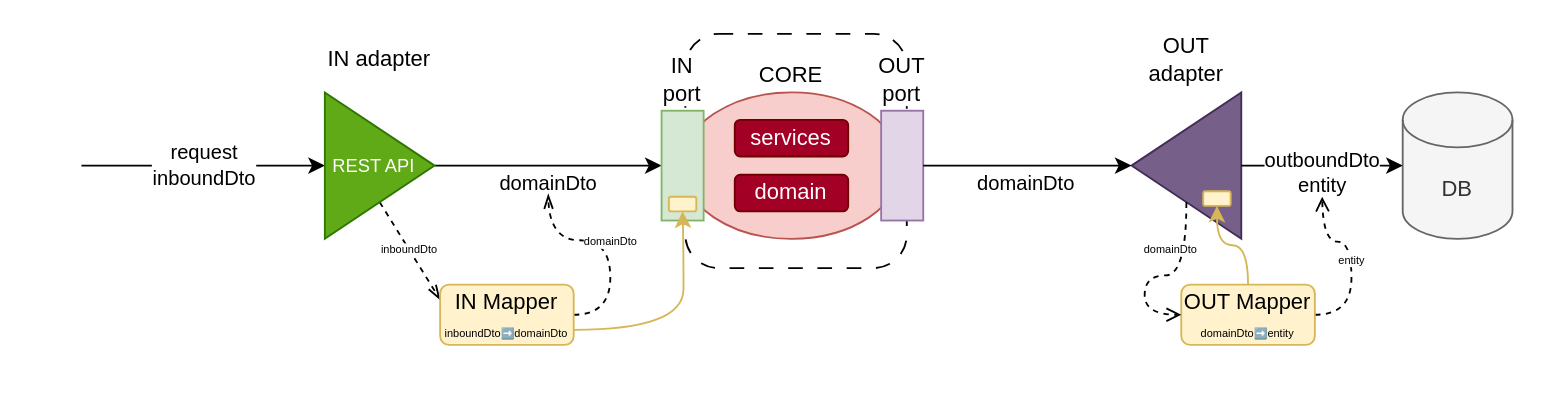
The draw.io diagram diagrams/hexagonal.drawio in PreCyz/hexagonal, before the edit. Source tidied: cells renumbered, new cells numbered last; positions are measured from the earlier drawing's top-left corner, leaving out a move shared by most shapes. Both pictures are drawn from the tidied source at 183%, with x=0, y=0 at pixel (81, 33).
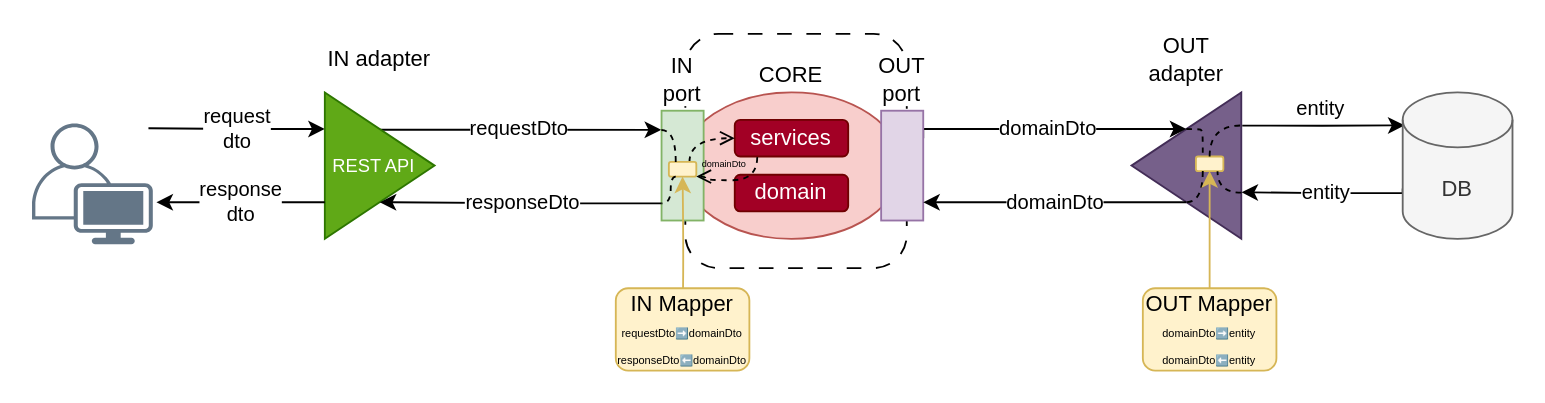
The same page after the edit.

The change refers to these unchanged cells:
```xml
<mxCell id="6" value="REST API" style="triangle;whiteSpace=wrap;html=1;fillColor=#60a917;strokeColor=#2D7600;verticalAlign=middle;labelPosition=center;verticalLabelPosition=middle;align=center;fontColor=#FFFFFF;fontSize=10;spacingLeft=-6;" parent="1" vertex="1">
  <mxGeometry x="133" y="32" width="60" height="80" as="geometry" />
</mxCell>
<mxCell id="8" value="IN port" style="rounded=0;whiteSpace=wrap;html=1;verticalAlign=bottom;labelPosition=center;verticalLabelPosition=top;align=center;fillColor=#d5e8d4;strokeColor=#82b366;labelBackgroundColor=default;" parent="1" vertex="1">
  <mxGeometry x="317" y="42" width="23" height="60" as="geometry" />
</mxCell>
<mxCell id="10" style="group;" parent="1" vertex="1">
  <mxGeometry x="573.8" y="4" width="60" height="108" as="geometry" />
</mxCell>
<mxCell id="11" style="verticalLabelPosition=bottom;verticalAlign=top;html=1;shape=mxgraph.basic.acute_triangle;dx=0.5;rotation=270;horizontal=1;fillColor=#76608a;strokeColor=#432D57;fontColor=#ffffff;" parent="10" vertex="1">
  <mxGeometry x="-10" y="38" width="80" height="60" as="geometry" />
</mxCell>
<mxCell id="15" value="services" style="rounded=1;whiteSpace=wrap;html=1;fillColor=#a20025;fontColor=#ffffff;strokeColor=#6F0000;" parent="1" vertex="1">
  <mxGeometry x="357" y="47" width="62" height="20" as="geometry" />
</mxCell>
```

What changed in the source:
```diff
@@
-    <mxCell id="3" value="request&lt;div&gt;inboundDto&lt;/div&gt;" style="edgeStyle=orthogonalEdgeStyle;rounded=0;jettySize=auto;html=1;endArrow=none;endFill=0;startArrow=classic;startFill=1;" parent="1" edge="1" source="6">
-      <mxGeometry relative="1" as="geometry">
-        <mxPoint y="72" as="targetPoint" />
-      </mxGeometry>
+    <mxCell id="3" value="request&lt;div&gt;dto&lt;/div&gt;" style="edgeStyle=orthogonalEdgeStyle;rounded=0;jettySize=auto;html=1;endArrow=none;endFill=0;startArrow=classic;startFill=1;exitX=0;exitY=0.25;exitDx=0;exitDy=0;entryX=0.964;entryY=0.039;entryDx=0;entryDy=0;entryPerimeter=0;" parent="1" edge="1" source="6" target="32">
+      <mxGeometry relative="1" as="geometry" />
     </mxCell>
-    <mxCell id="4" value="domainDto" style="edgeStyle=orthogonalEdgeStyle;rounded=0;jettySize=auto;html=1;entryX=0;entryY=0.5;entryDx=0;entryDy=0;" parent="1" edge="1" source="6" target="8">
-      <mxGeometry y="-10" relative="1" as="geometry" />
+    <mxCell id="4" value="requestDto" style="edgeStyle=orthogonalEdgeStyle;rounded=0;jettySize=auto;html=1;entryX=-0.009;entryY=0.174;entryDx=0;entryDy=0;exitX=0.5;exitY=0;exitDx=0;exitDy=0;entryPerimeter=0;" parent="1" edge="1" source="6" target="8">
+      <mxGeometry x="-0.01" relative="1" as="geometry">
+        <Array as="points">
+          <mxPoint x="317" y="52" />
+        </Array>
+      </mxGeometry>
     </mxCell>
-    <mxCell id="5" value="inboundDto" style="rounded=0;jettySize=auto;html=1;exitX=0.5;exitY=1;exitDx=0;exitDy=0;entryX=0;entryY=0.25;entryDx=0;entryDy=0;dashed=1;endArrow=openThin;endFill=0;fontSize=6;" parent="1" edge="1" source="6" target="21">
-      <mxGeometry relative="1" as="geometry" />
-    </mxCell>
@@
-    <mxCell id="9" value="OUT port" style="rounded=0;whiteSpace=wrap;html=1;verticalAlign=bottom;labelPosition=center;verticalLabelPosition=top;align=center;fillColor=#e1d5e7;strokeColor=#9673a6;labelBackgroundColor=default;" parent="1" vertex="1">
-      <mxGeometry x="437" y="42" width="23" height="60" as="geometry" />
-    </mxCell>
@@
     <mxCell id="13" style="rounded=1;whiteSpace=wrap;html=1;fillColor=#fff2cc;strokeColor=#d6b656;" parent="10" vertex="1">
-      <mxGeometry x="39.2" y="82" width="15" height="8" as="geometry" />
+      <mxGeometry x="35.2" y="63" width="15" height="8" as="geometry" />
     </mxCell>
+    <mxCell id="26" style="edgeStyle=orthogonalEdgeStyle;curved=1;rounded=0;jettySize=auto;html=1;exitX=0;exitY=0;exitDx=60;exitDy=30;exitPerimeter=0;entryX=0.25;entryY=0;entryDx=0;entryDy=0;dashed=1;endArrow=none;endFill=0;fontSize=6;" parent="10" edge="1" source="11" target="13">
+      <mxGeometry x="0.13" y="-4" relative="1" as="geometry">
+        <Array as="points">
+          <mxPoint x="38" y="48" />
+          <mxPoint x="39" y="49" />
+        </Array>
+      </mxGeometry>
+    </mxCell>
+    <mxCell id="28" style="edgeStyle=orthogonalEdgeStyle;rounded=0;jettySize=auto;html=1;exitX=0.5;exitY=0;exitDx=0;exitDy=0;entryX=0.774;entryY=1.002;entryDx=0;entryDy=0;entryPerimeter=0;curved=1;dashed=1;endArrow=none;endFill=0;" parent="10" edge="1" source="13" target="11">
+      <mxGeometry relative="1" as="geometry">
+        <Array as="points">
+          <mxPoint x="43" y="46" />
+          <mxPoint x="60" y="46" />
+        </Array>
+      </mxGeometry>
+    </mxCell>
+    <mxCell id="29" style="edgeStyle=orthogonalEdgeStyle;rounded=0;jettySize=auto;html=1;exitX=0.315;exitY=1.001;exitDx=0;exitDy=0;exitPerimeter=0;entryX=0.788;entryY=1.003;entryDx=0;entryDy=0;curved=1;dashed=1;endArrow=none;endFill=0;entryPerimeter=0;" parent="10" edge="1" source="11" target="13">
+      <mxGeometry relative="1" as="geometry">
+        <Array as="points">
+          <mxPoint x="47" y="83" />
+        </Array>
+      </mxGeometry>
+    </mxCell>
+    <mxCell id="30" style="edgeStyle=orthogonalEdgeStyle;rounded=0;jettySize=auto;html=1;exitX=0.25;exitY=1;exitDx=0;exitDy=0;entryX=0;entryY=0;entryDx=20;entryDy=30;entryPerimeter=0;endArrow=none;endFill=0;dashed=1;curved=1;" parent="10" edge="1" source="13" target="11">
+      <mxGeometry relative="1" as="geometry">
+        <Array as="points">
+          <mxPoint x="39" y="88" />
+        </Array>
+      </mxGeometry>
+    </mxCell>
-    <mxCell id="14" value="domainDto" style="edgeStyle=orthogonalEdgeStyle;rounded=0;jettySize=auto;html=1;entryX=0;entryY=0;entryDx=40;entryDy=0;entryPerimeter=0;" parent="1" edge="1" source="9" target="11">
-      <mxGeometry x="-0.02" y="-10" relative="1" as="geometry" />
+    <mxCell id="14" value="domainDto" style="edgeStyle=orthogonalEdgeStyle;rounded=0;jettySize=auto;html=1;entryX=0;entryY=0;entryDx=60;entryDy=30;entryPerimeter=0;exitX=1;exitY=0.25;exitDx=0;exitDy=0;" parent="1" edge="1" source="9" target="11">
+      <mxGeometry x="-0.02" relative="1" as="geometry">
+        <Array as="points">
+          <mxPoint x="460" y="52" />
+        </Array>
+      </mxGeometry>
     </mxCell>
@@
-    <mxCell id="17" value="DB" style="shape=cylinder3;whiteSpace=wrap;html=1;boundedLbl=1;backgroundOutline=1;size=15;fillColor=#f5f5f5;fontColor=#333333;strokeColor=#666666;" parent="1" vertex="1">
-      <mxGeometry x="722" y="32" width="60" height="80" as="geometry" />
-    </mxCell>
-    <mxCell id="18" value="&lt;div&gt;outboundDto&lt;/div&gt;entity" style="edgeStyle=orthogonalEdgeStyle;rounded=0;jettySize=auto;html=1;entryX=0;entryY=0.5;entryDx=0;entryDy=0;entryPerimeter=0;" parent="1" edge="1" source="11" target="17">
-      <mxGeometry y="-4" relative="1" as="geometry" />
+    <mxCell id="18" value="&lt;div&gt;&lt;span style=&quot;background-color: light-dark(#ffffff, var(--ge-dark-color, #121212)); color: light-dark(rgb(0, 0, 0), rgb(255, 255, 255));&quot;&gt;entity&lt;/span&gt;&lt;/div&gt;" style="edgeStyle=orthogonalEdgeStyle;rounded=0;jettySize=auto;html=1;exitX=0.773;exitY=1.009;exitDx=0;exitDy=0;exitPerimeter=0;" parent="1" edge="1" source="11">
+      <mxGeometry x="-0.02" y="9" relative="1" as="geometry">
+        <mxPoint x="723" y="50" as="targetPoint" />
+        <Array as="points">
+          <mxPoint x="678" y="50" />
+          <mxPoint x="722" y="50" />
+        </Array>
+      </mxGeometry>
     </mxCell>
-    <mxCell id="19" style="edgeStyle=orthogonalEdgeStyle;curved=1;rounded=0;jettySize=auto;html=1;entryX=0.5;entryY=1;entryDx=0;entryDy=0;fillColor=#fff2cc;strokeColor=#d6b656;exitX=1;exitY=0.75;exitDx=0;exitDy=0;" parent="1" edge="1" source="21" target="25">
+    <mxCell id="19" style="edgeStyle=orthogonalEdgeStyle;curved=1;rounded=0;jettySize=auto;html=1;entryX=0.5;entryY=1;entryDx=0;entryDy=0;fillColor=#fff2cc;strokeColor=#d6b656;exitX=0.5;exitY=0;exitDx=0;exitDy=0;" parent="1" edge="1" source="21" target="25">
       <mxGeometry relative="1" as="geometry">
         <Array as="points">
+          <mxPoint x="329" y="162" />
           <mxPoint x="329" y="162" />
           <mxPoint x="329" y="117" />
           <mxPoint x="329" y="117" />
         </Array>
       </mxGeometry>
     </mxCell>
-    <mxCell id="20" value="domainDto" style="edgeStyle=orthogonalEdgeStyle;curved=1;rounded=0;jettySize=auto;html=1;exitX=1;exitY=0.5;exitDx=0;exitDy=0;endArrow=openThin;endFill=0;dashed=1;fontSize=6;" parent="1" edge="1" source="21">
-      <mxGeometry relative="1" as="geometry">
-        <mxPoint x="255.1" y="87.6" as="targetPoint" />
-      </mxGeometry>
-    </mxCell>
-    <mxCell id="21" value="IN Mapper&lt;br&gt;&lt;span style=&quot;font-size: 6px; background-color: transparent; color: light-dark(rgb(0, 0, 0), rgb(255, 255, 255));&quot;&gt;inboundDto➡️domainDto&lt;/span&gt;" style="rounded=1;whiteSpace=wrap;html=1;fillColor=#fff2cc;strokeColor=#d6b656;" parent="1" vertex="1">
-      <mxGeometry x="196" y="137" width="73" height="33" as="geometry" />
+    <mxCell id="21" value="IN Mapper&lt;br&gt;&lt;span style=&quot;font-size: 6px; background-color: transparent; color: light-dark(rgb(0, 0, 0), rgb(255, 255, 255));&quot;&gt;requestDto➡️domainDto&lt;/span&gt;&lt;div&gt;&lt;span style=&quot;font-size: 6px;&quot;&gt;responseDto⬅️domainDto&lt;/span&gt;&lt;span style=&quot;font-size: 6px; background-color: transparent; color: light-dark(rgb(0, 0, 0), rgb(255, 255, 255));&quot;&gt;&lt;/span&gt;&lt;/div&gt;" style="rounded=1;whiteSpace=wrap;html=1;fillColor=#fff2cc;strokeColor=#d6b656;" parent="1" vertex="1">
+      <mxGeometry x="292" y="139" width="73" height="45" as="geometry" />
     </mxCell>
@@
+    <mxCell id="24" value="OUT Mapper&lt;div&gt;&lt;span style=&quot;font-size: 6px;&quot;&gt;domainDto➡️entity&lt;br&gt;&lt;/span&gt;&lt;span style=&quot;font-size: 6px;&quot;&gt;domainDto⬅️entity&lt;/span&gt;&lt;span style=&quot;font-size: 6px;&quot;&gt;&lt;/span&gt;&lt;/div&gt;" style="rounded=1;whiteSpace=wrap;html=1;fillColor=#fff2cc;strokeColor=#d6b656;" parent="1" vertex="1">
+      <mxGeometry x="580" y="139" width="73" height="45" as="geometry" />
+    </mxCell>
+    <mxCell id="31" value="domainDto" style="edgeStyle=orthogonalEdgeStyle;rounded=0;jettySize=auto;html=1;exitX=0.75;exitY=0;exitDx=0;exitDy=0;entryX=0;entryY=0.5;entryDx=0;entryDy=0;curved=1;dashed=1;endArrow=open;endFill=0;fontSize=5;labelBackgroundColor=none;" parent="1" edge="1" source="25" target="15">
+      <mxGeometry x="0.68" y="-13" relative="1" as="geometry">
+        <Array as="points">
+          <mxPoint x="332" y="57" />
+        </Array>
+      </mxGeometry>
+    </mxCell>
+    <mxCell id="25" style="rounded=1;whiteSpace=wrap;html=1;fillColor=#fff2cc;strokeColor=#d6b656;" parent="1" vertex="1">
+      <mxGeometry x="321" y="70" width="15" height="8" as="geometry" />
+    </mxCell>
+    <mxCell id="27" value="IN adapter" style="text;html=1;whiteSpace=wrap;strokeColor=none;fillColor=none;align=center;verticalAlign=middle;rounded=0;" parent="1" vertex="1">
+      <mxGeometry x="133" y="4" width="60" height="19" as="geometry" />
+    </mxCell>
+    <mxCell id="32" style="points=[[0.35,0,0],[0.98,0.51,0],[1,0.71,0],[0.67,1,0],[0,0.795,0],[0,0.65,0]];verticalLabelPosition=bottom;sketch=0;html=1;verticalAlign=top;align=center;shape=mxgraph.cisco19.user;fillColor=#647687;strokeColor=#314354;fontColor=#ffffff;" parent="1" vertex="1">
+      <mxGeometry x="-27" y="49" width="66" height="66" as="geometry" />
+    </mxCell>
+    <mxCell id="33" value="response&lt;div&gt;dto&lt;/div&gt;" style="edgeStyle=orthogonalEdgeStyle;rounded=0;jettySize=auto;html=1;exitX=0;exitY=0.75;exitDx=0;exitDy=0;entryX=1.03;entryY=0.652;entryDx=0;entryDy=0;entryPerimeter=0;" parent="1" edge="1" source="6" target="32">
+      <mxGeometry relative="1" as="geometry" />
+    </mxCell>
+    <mxCell id="34" style="edgeStyle=orthogonalEdgeStyle;rounded=0;jettySize=auto;html=1;exitX=0.198;exitY=1.018;exitDx=0;exitDy=0;curved=1;dashed=1;endArrow=open;endFill=0;exitPerimeter=0;entryX=1;entryY=1;entryDx=0;entryDy=0;" parent="1" edge="1" source="15" target="25">
+      <mxGeometry relative="1" as="geometry">
+        <Array as="points">
+          <mxPoint x="369" y="80" />
+          <mxPoint x="341" y="80" />
+          <mxPoint x="341" y="78" />
+        </Array>
+      </mxGeometry>
+    </mxCell>
+    <mxCell id="35" value="responseDto" style="edgeStyle=orthogonalEdgeStyle;rounded=0;jettySize=auto;html=1;exitX=-0.002;exitY=0.844;exitDx=0;exitDy=0;entryX=0.5;entryY=1;entryDx=0;entryDy=0;exitPerimeter=0;" parent="1" edge="1" source="8" target="6">
+      <mxGeometry relative="1" as="geometry" />
+    </mxCell>
+    <mxCell id="36" style="edgeStyle=orthogonalEdgeStyle;rounded=0;jettySize=auto;html=1;exitX=0.25;exitY=1;exitDx=0;exitDy=0;entryX=-0.002;entryY=0.844;entryDx=0;entryDy=0;entryPerimeter=0;endArrow=none;endFill=0;dashed=1;curved=1;" parent="1" edge="1" source="25" target="8">
+      <mxGeometry relative="1" as="geometry">
+        <Array as="points">
+          <mxPoint x="322" y="78" />
+          <mxPoint x="322" y="93" />
+        </Array>
+      </mxGeometry>
+    </mxCell>
+    <mxCell id="37" style="edgeStyle=orthogonalEdgeStyle;rounded=0;jettySize=auto;html=1;exitX=-0.004;exitY=0.176;exitDx=0;exitDy=0;entryX=0.25;entryY=0;entryDx=0;entryDy=0;dashed=1;endArrow=none;endFill=0;curved=1;exitPerimeter=0;" parent="1" edge="1" source="8" target="25">
+      <mxGeometry relative="1" as="geometry" />
+    </mxCell>
+    <mxCell id="9" value="OUT port" style="rounded=0;whiteSpace=wrap;html=1;verticalAlign=bottom;labelPosition=center;verticalLabelPosition=top;align=center;fillColor=#e1d5e7;strokeColor=#9673a6;labelBackgroundColor=default;" parent="1" vertex="1">
+      <mxGeometry x="437" y="42" width="23" height="60" as="geometry" />
+    </mxCell>
+    <mxCell id="38" value="domainDto" style="edgeStyle=orthogonalEdgeStyle;rounded=0;jettySize=auto;html=1;exitX=0;exitY=0;exitDx=20;exitDy=30;exitPerimeter=0;" parent="1" edge="1" source="11">
+      <mxGeometry relative="1" as="geometry">
+        <mxPoint x="460" y="92" as="targetPoint" />
+        <Array as="points">
+          <mxPoint x="460" y="92" />
+        </Array>
+      </mxGeometry>
+    </mxCell>
-    <mxCell id="23" value="entity" style="edgeStyle=orthogonalEdgeStyle;curved=1;rounded=0;jettySize=auto;html=1;dashed=1;endArrow=open;endFill=0;fontSize=6;" parent="1" edge="1" source="24">
+    <mxCell id="23" value="entity" style="edgeStyle=orthogonalEdgeStyle;rounded=0;jettySize=auto;html=1;exitX=0;exitY=0;exitDx=0;exitDy=52.5;exitPerimeter=0;entryX=0.318;entryY=1.002;entryDx=0;entryDy=0;entryPerimeter=0;" parent="1" edge="1" source="17" target="11">
       <mxGeometry relative="1" as="geometry">
-        <mxPoint x="678" y="89" as="targetPoint" />
+        <Array as="points">
+          <mxPoint x="722" y="87" />
+          <mxPoint x="678" y="87" />
+        </Array>
       </mxGeometry>
     </mxCell>
-    <mxCell id="24" value="OUT Mapper&lt;div&gt;&lt;span style=&quot;font-size: 6px;&quot;&gt;domainDto➡️entity&lt;/span&gt;&lt;/div&gt;" style="rounded=1;whiteSpace=wrap;html=1;fillColor=#fff2cc;strokeColor=#d6b656;" parent="1" vertex="1">
-      <mxGeometry x="601" y="137" width="73" height="33" as="geometry" />
-    </mxCell>
-    <mxCell id="25" style="rounded=1;whiteSpace=wrap;html=1;fillColor=#fff2cc;strokeColor=#d6b656;" parent="1" vertex="1">
-      <mxGeometry x="321" y="89" width="15" height="8" as="geometry" />
-    </mxCell>
-    <mxCell id="26" value="domainDto" style="edgeStyle=orthogonalEdgeStyle;curved=1;rounded=0;jettySize=auto;html=1;exitX=0;exitY=0;exitDx=20;exitDy=30;exitPerimeter=0;entryX=0;entryY=0.5;entryDx=0;entryDy=0;dashed=1;endArrow=open;endFill=0;fontSize=6;" parent="1" edge="1" source="11" target="24">
-      <mxGeometry x="-0.51" y="-9" relative="1" as="geometry" />
-    </mxCell>
-    <mxCell id="27" value="IN adapter" style="text;html=1;whiteSpace=wrap;strokeColor=none;fillColor=none;align=center;verticalAlign=middle;rounded=0;" parent="1" vertex="1">
-      <mxGeometry x="133" y="4" width="60" height="19" as="geometry" />
-    </mxCell>
+    <mxCell id="17" value="DB" style="shape=cylinder3;whiteSpace=wrap;html=1;boundedLbl=1;backgroundOutline=1;size=15;fillColor=#f5f5f5;fontColor=#333333;strokeColor=#666666;" parent="1" vertex="1">
+      <mxGeometry x="722" y="32" width="60" height="80" as="geometry" />
+    </mxCell>
```
